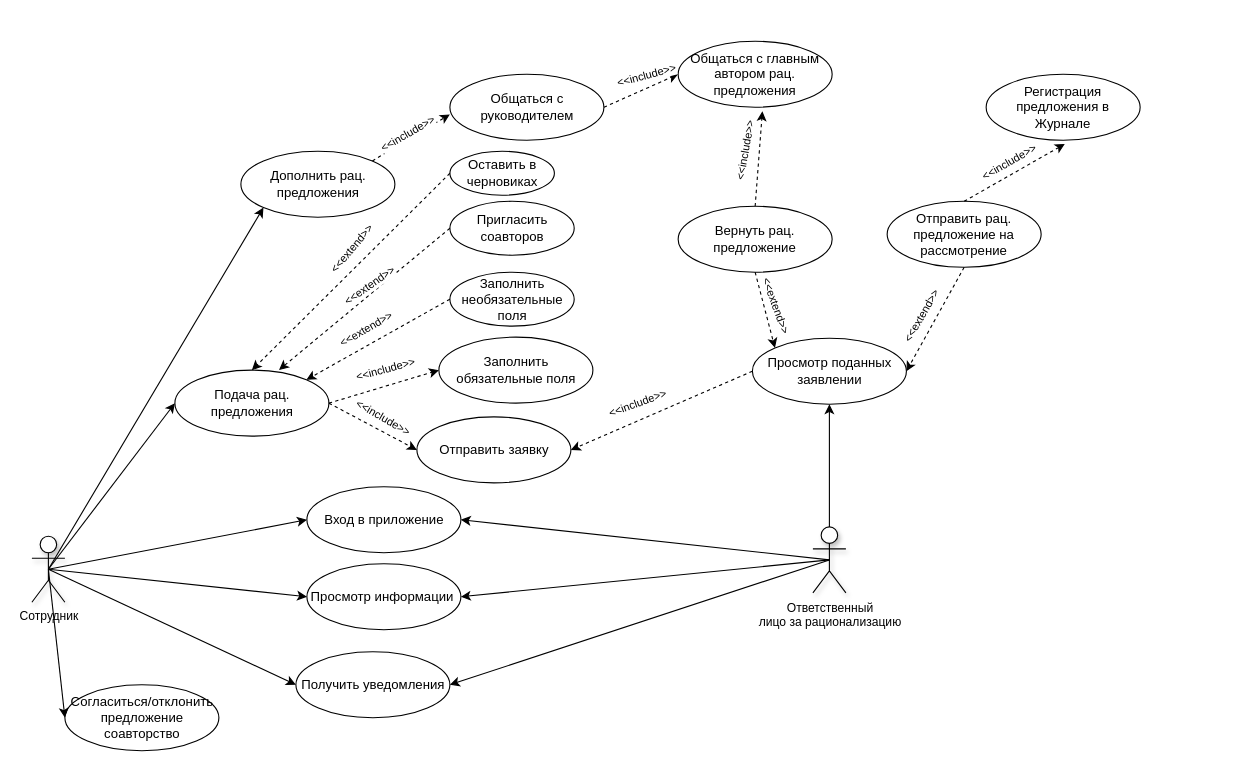
Earlier version of the draw.io diagram page "Диаграмма прецедентов" (4 of 4) of IDEF0.drawio (Ideas-maker/diagram). Source tidied: cells renumbered, new cells numbered last; positions are measured from the earlier drawing's top-left corner, leaving out a move shared by most shapes. Both pictures are drawn from the tidied source at 110%, with x=0, y=0 at pixel (31, 41).
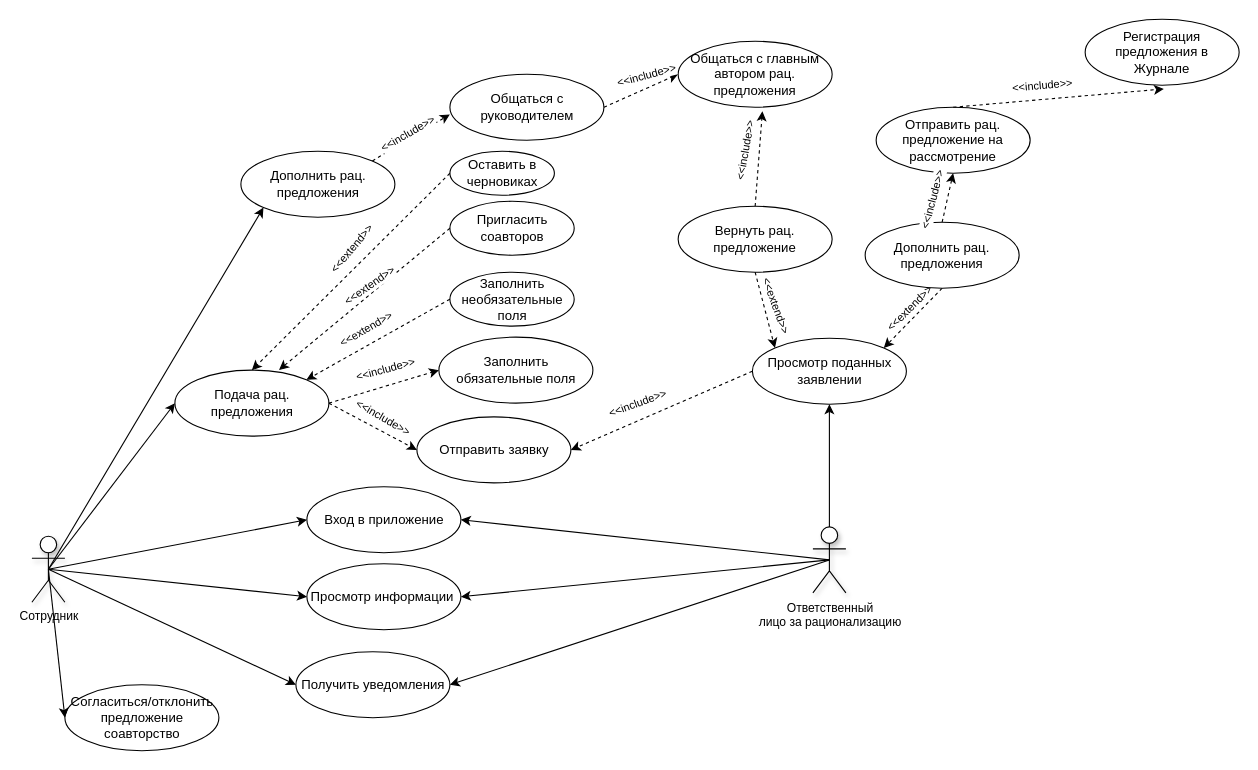
The same diagram, later.

The change refers to these unchanged cells:
```xml
<mxCell id="12" value="Просмотр поданных заявлении" style="ellipse;whiteSpace=wrap;html=1;" parent="1" vertex="1">
  <mxGeometry x="655.5" y="270" width="140" height="60" as="geometry" />
</mxCell>
<mxCell id="53" style="endArrow=classic;html=1;entryX=0.511;entryY=1.056;entryDx=0;entryDy=0;dashed=1;exitX=0.5;exitY=0;exitDx=0;exitDy=0;entryPerimeter=0;" parent="1" edge="1" source="19" target="52">
  <mxGeometry relative="1" as="geometry" />
</mxCell>
```

Change to the diagram source:
```diff
@@
     <mxCell id="19" value="Отправить рац. предложение на рассмотрение" style="ellipse;whiteSpace=wrap;html=1;" parent="1" vertex="1">
-      <mxGeometry x="778" y="145.5" width="140" height="60" as="geometry" />
+      <mxGeometry x="768" y="60" width="140" height="60" as="geometry" />
     </mxCell>
@@
-    <mxCell id="45" style="endArrow=classic;html=1;entryX=1;entryY=0.5;entryDx=0;entryDy=0;exitX=0.5;exitY=1;exitDx=0;exitDy=0;dashed=1;" parent="1" edge="1" source="19" target="12">
+    <mxCell id="45" style="endArrow=classic;html=1;entryX=1;entryY=0;entryDx=0;entryDy=0;exitX=0.5;exitY=1;exitDx=0;exitDy=0;dashed=1;" parent="1" edge="1" source="55" target="12">
       <mxGeometry relative="1" as="geometry" />
     </mxCell>
-    <mxCell id="46" value="&lt;font style=&quot;font-size: 10px;&quot;&gt;&amp;lt;&amp;lt;extend&amp;gt;&amp;gt;&lt;/font&gt;" style="text;html=1;align=center;verticalAlign=middle;labelBackgroundColor=#ffffff;rotation=-60;fontSize=10;" parent="45" vertex="1">
+    <mxCell id="46" value="&lt;font style=&quot;font-size: 10px;&quot;&gt;&amp;lt;&amp;lt;extend&amp;gt;&amp;gt;&lt;/font&gt;" style="text;html=1;align=center;verticalAlign=middle;labelBackgroundColor=#ffffff;rotation=-45;fontSize=10;" parent="45" vertex="1">
       <mxGeometry x="0.39" y="-1" relative="1" as="geometry">
-        <mxPoint x="-2.5" y="-20.5" as="offset" />
+        <mxPoint x="7" y="-19" as="offset" />
       </mxGeometry>
     </mxCell>
@@
     <mxCell id="52" value="Регистрация предложения в Журнале" style="ellipse;whiteSpace=wrap;html=1;" parent="1" vertex="1">
-      <mxGeometry x="868" y="30" width="140" height="60" as="geometry" />
+      <mxGeometry x="958" y="-20" width="140" height="60" as="geometry" />
     </mxCell>
@@
-    <mxCell id="54" value="&lt;font style=&quot;font-size: 10px;&quot;&gt;&amp;lt;&amp;lt;include&amp;gt;&amp;gt;&lt;/font&gt;" style="text;html=1;align=center;verticalAlign=middle;labelBackgroundColor=#ffffff;rotation=-30;fontSize=10;" parent="53" vertex="1">
+    <mxCell id="54" value="&lt;font style=&quot;font-size: 10px;&quot;&gt;&amp;lt;&amp;lt;include&amp;gt;&amp;gt;&lt;/font&gt;" style="text;html=1;align=center;verticalAlign=middle;labelBackgroundColor=#ffffff;rotation=-5;fontSize=10;" parent="53" vertex="1">
       <mxGeometry x="0.39" y="-1" relative="1" as="geometry">
-        <mxPoint x="-24" as="offset" />
+        <mxPoint x="-53.5" y="-9.5" as="offset" />
       </mxGeometry>
     </mxCell>
+    <mxCell id="55" value="Дополнить рац. предложения" style="ellipse;whiteSpace=wrap;html=1;" parent="1" vertex="1">
+      <mxGeometry x="758" y="164.5" width="140" height="60" as="geometry" />
+    </mxCell>
+    <mxCell id="56" style="endArrow=classic;html=1;dashed=1;exitX=0.5;exitY=0;exitDx=0;exitDy=0;entryX=0.5;entryY=1;entryDx=0;entryDy=0;" parent="1" edge="1" source="55" target="19">
+      <mxGeometry relative="1" as="geometry" />
+    </mxCell>
+    <mxCell id="57" value="&lt;font style=&quot;font-size: 10px;&quot;&gt;&amp;lt;&amp;lt;include&amp;gt;&amp;gt;&lt;/font&gt;" style="text;html=1;align=center;verticalAlign=middle;labelBackgroundColor=#ffffff;rotation=-75;fontSize=10;" parent="56" vertex="1">
+      <mxGeometry x="0.39" y="-1" relative="1" as="geometry">
+        <mxPoint x="-18" y="11.5" as="offset" />
+      </mxGeometry>
+    </mxCell>
```
